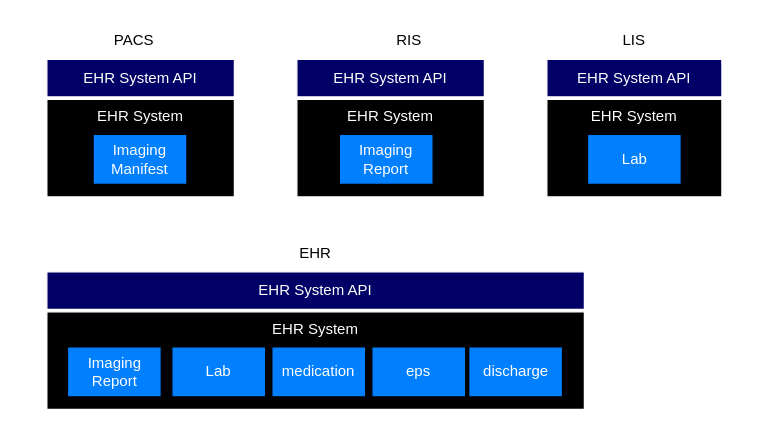
Earlier version of the draw.io diagram images/priority-area-support.drawio (euridice-org/jwg-api). Source tidied: cells renumbered, new cells numbered last; positions are measured from the earlier drawing's top-left corner, leaving out a move shared by most shapes. Both pictures are drawn from the tidied source at 125%, with x=0, y=0 at pixel (46, 21).
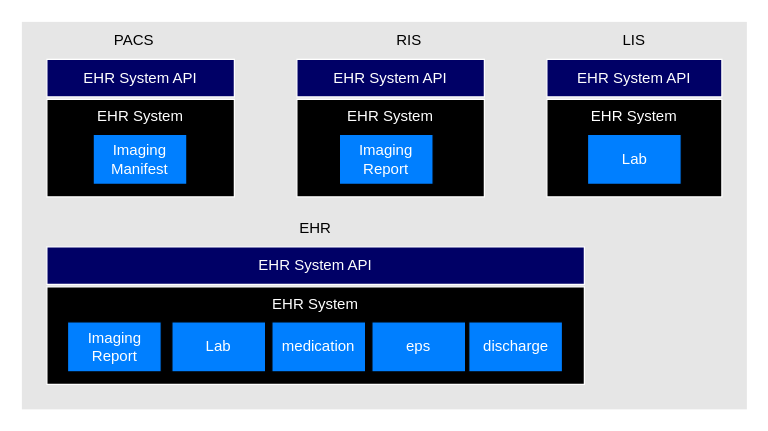
The same page after the edit.

Change to the diagram source:
```diff
@@
+    <mxCell id="22" style="whiteSpace=wrap;html=1;fillColor=#E6E6E6;strokeColor=none;" parent="1" vertex="1">
+      <mxGeometry x="-20" width="580" height="310" as="geometry" />
+    </mxCell>
@@
     <mxCell id="14" value="&lt;font color=&quot;#ffffff&quot;&gt;EHR System API&lt;/font&gt;" style="whiteSpace=wrap;html=1;strokeColor=#FFFFFF;fillColor=#000066;" parent="1" vertex="1">
-      <mxGeometry y="200" width="430" height="30" as="geometry" />
+      <mxGeometry y="180" width="430" height="30" as="geometry" />
     </mxCell>
     <mxCell id="15" value="&lt;font color=&quot;#ffffff&quot;&gt;EHR System&lt;/font&gt;" style="whiteSpace=wrap;html=1;strokeColor=#FFFFFF;fillColor=#000000;verticalAlign=top;" parent="1" vertex="1">
-      <mxGeometry y="232" width="430" height="78" as="geometry" />
+      <mxGeometry y="212" width="430" height="78" as="geometry" />
     </mxCell>
     <mxCell id="16" value="EHR" style="text;html=1;align=center;verticalAlign=middle;whiteSpace=wrap;rounded=0;" parent="1" vertex="1">
-      <mxGeometry y="170" width="430" height="30" as="geometry" />
+      <mxGeometry y="150" width="430" height="30" as="geometry" />
     </mxCell>
     <mxCell id="17" value="&lt;font style=&quot;color: rgb(255, 255, 255);&quot;&gt;Imaging&lt;/font&gt;&lt;div&gt;&lt;font style=&quot;color: rgb(255, 255, 255);&quot;&gt;Report&lt;/font&gt;&lt;/div&gt;" style="whiteSpace=wrap;html=1;fillColor=#007FFF;fontColor=light-dark(#fafafa, #ededed);" parent="1" vertex="1">
-      <mxGeometry x="16.5" y="260" width="75" height="40" as="geometry" />
+      <mxGeometry x="16.5" y="240" width="75" height="40" as="geometry" />
     </mxCell>
     <mxCell id="18" value="&lt;font style=&quot;color: rgb(255, 255, 255);&quot;&gt;Lab&lt;/font&gt;" style="whiteSpace=wrap;html=1;fillColor=#007FFF;fontColor=light-dark(#fafafa, #ededed);" parent="1" vertex="1">
-      <mxGeometry x="100" y="260" width="75" height="40" as="geometry" />
+      <mxGeometry x="100" y="240" width="75" height="40" as="geometry" />
     </mxCell>
     <mxCell id="19" value="&lt;font style=&quot;color: rgb(255, 255, 255);&quot;&gt;medication&lt;/font&gt;" style="whiteSpace=wrap;html=1;fillColor=#007FFF;fontColor=light-dark(#fafafa, #ededed);" parent="1" vertex="1">
-      <mxGeometry x="180" y="260" width="75" height="40" as="geometry" />
+      <mxGeometry x="180" y="240" width="75" height="40" as="geometry" />
     </mxCell>
     <mxCell id="20" value="&lt;font style=&quot;color: rgb(255, 255, 255);&quot;&gt;eps&lt;/font&gt;" style="whiteSpace=wrap;html=1;fillColor=#007FFF;fontColor=light-dark(#fafafa, #ededed);" parent="1" vertex="1">
-      <mxGeometry x="260" y="260" width="75" height="40" as="geometry" />
+      <mxGeometry x="260" y="240" width="75" height="40" as="geometry" />
     </mxCell>
     <mxCell id="21" value="&lt;font style=&quot;color: rgb(255, 255, 255);&quot;&gt;discharge&lt;/font&gt;" style="whiteSpace=wrap;html=1;fillColor=#007FFF;fontColor=light-dark(#fafafa, #ededed);" parent="1" vertex="1">
-      <mxGeometry x="337.5" y="260" width="75" height="40" as="geometry" />
+      <mxGeometry x="337.5" y="240" width="75" height="40" as="geometry" />
     </mxCell>
```
